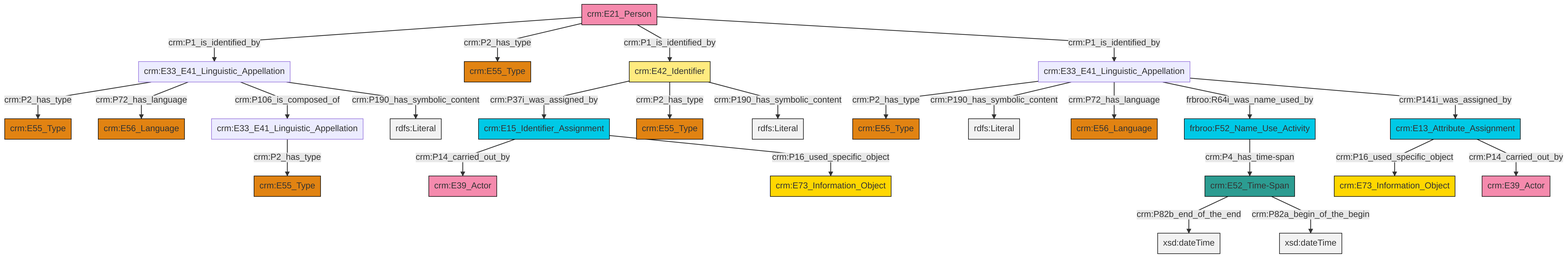
swiss-art-research-net/reference-data-models keeps this Mermaid diagram as et/personCSV/ttl/mmd/png/Person_Names_and_Classification.png. Above is the earlier version. Its source is kept beside it as et/personCSV/ttl/mmd/Person_Names_and_Classification.ttl.mmd.
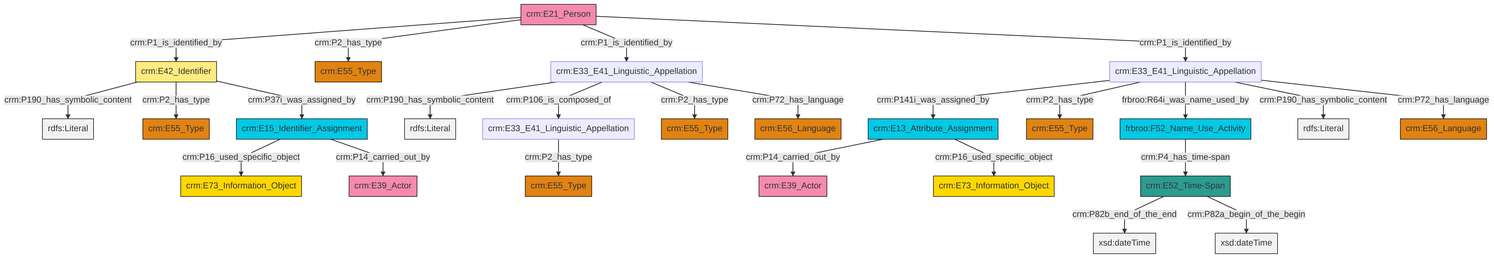
Later version of the same file.

What changed in the source:
```diff
@@ -13,27 +13,27 @@
 classDef PC_Classes fill:#4ce600, stroke:#000000;
 classDef Multi fill:#cccccc,stroke:#000000;
 
-0["crm:E52_Time-Span"]:::Time-Span -->|crm:P82b_end_of_the_end| 1[xsd:dateTime]:::Literal
-2["crm:E21_Person"]:::Actor -->|crm:P1_is_identified_by| 3["crm:E33_E41_Linguistic_Appellation"]:::Default
-8["crm:E33_E41_Linguistic_Appellation"]:::Default -->|crm:P2_has_type| 9["crm:E55_Type"]:::Type
-2["crm:E21_Person"]:::Actor -->|crm:P2_has_type| 11["crm:E55_Type"]:::Type
-15["crm:E15_Identifier_Assignment"]:::Temporal_Entity -->|crm:P14_carried_out_by| 12["crm:E39_Actor"]:::Actor
-6["crm:E33_E41_Linguistic_Appellation"]:::Default -->|crm:P2_has_type| 18["crm:E55_Type"]:::Type
-15["crm:E15_Identifier_Assignment"]:::Temporal_Entity -->|crm:P16_used_specific_object| 20["crm:E73_Information_Object"]:::Conceptual_Object
-8["crm:E33_E41_Linguistic_Appellation"]:::Default -->|crm:P190_has_symbolic_content| 21[rdfs:Literal]:::Literal
-8["crm:E33_E41_Linguistic_Appellation"]:::Default -->|crm:P72_has_language| 22["crm:E56_Language"]:::Type
-16["crm:E42_Identifier"]:::Appellation -->|crm:P37i_was_assigned_by| 15["crm:E15_Identifier_Assignment"]:::Temporal_Entity
-3["crm:E33_E41_Linguistic_Appellation"]:::Default -->|crm:P2_has_type| 23["crm:E55_Type"]:::Type
-2["crm:E21_Person"]:::Actor -->|crm:P1_is_identified_by| 16["crm:E42_Identifier"]:::Appellation
-3["crm:E33_E41_Linguistic_Appellation"]:::Default -->|crm:P72_has_language| 27["crm:E56_Language"]:::Type
-3["crm:E33_E41_Linguistic_Appellation"]:::Default -->|crm:P106_is_composed_of| 6["crm:E33_E41_Linguistic_Appellation"]:::Default
-29["crm:E13_Attribute_Assignment"]:::Temporal_Entity -->|crm:P16_used_specific_object| 30["crm:E73_Information_Object"]:::Conceptual_Object
-2["crm:E21_Person"]:::Actor -->|crm:P1_is_identified_by| 8["crm:E33_E41_Linguistic_Appellation"]:::Default
-8["crm:E33_E41_Linguistic_Appellation"]:::Default -->|frbroo:R64i_was_name_used_by| 36["frbroo:F52_Name_Use_Activity"]:::Temporal_Entity
-36["frbroo:F52_Name_Use_Activity"]:::Temporal_Entity -->|crm:P4_has_time-span| 0["crm:E52_Time-Span"]:::Time-Span
-16["crm:E42_Identifier"]:::Appellation -->|crm:P2_has_type| 4["crm:E55_Type"]:::Type
-3["crm:E33_E41_Linguistic_Appellation"]:::Default -->|crm:P190_has_symbolic_content| 40[rdfs:Literal]:::Literal
-29["crm:E13_Attribute_Assignment"]:::Temporal_Entity -->|crm:P14_carried_out_by| 41["crm:E39_Actor"]:::Actor
-0["crm:E52_Time-Span"]:::Time-Span -->|crm:P82a_begin_of_the_begin| 42[xsd:dateTime]:::Literal
-8["crm:E33_E41_Linguistic_Appellation"]:::Default -->|crm:P141i_was_assigned_by| 29["crm:E13_Attribute_Assignment"]:::Temporal_Entity
-16["crm:E42_Identifier"]:::Appellation -->|crm:P190_has_symbolic_content| 45[rdfs:Literal]:::Literal
+2["frbroo:F52_Name_Use_Activity"]:::Temporal_Entity -->|crm:P4_has_time-span| 3["crm:E52_Time-Span"]:::Time-Span
+6["crm:E33_E41_Linguistic_Appellation"]:::Default -->|crm:P141i_was_assigned_by| 0["crm:E13_Attribute_Assignment"]:::Temporal_Entity
+3["crm:E52_Time-Span"]:::Time-Span -->|crm:P82b_end_of_the_end| 13[xsd:dateTime]:::Literal
+18["crm:E21_Person"]:::Actor -->|crm:P1_is_identified_by| 7["crm:E42_Identifier"]:::Appellation
+20["crm:E15_Identifier_Assignment"]:::Temporal_Entity -->|crm:P16_used_specific_object| 21["crm:E73_Information_Object"]:::Conceptual_Object
+18["crm:E21_Person"]:::Actor -->|crm:P2_has_type| 22["crm:E55_Type"]:::Type
+14["crm:E33_E41_Linguistic_Appellation"]:::Default -->|crm:P190_has_symbolic_content| 24[rdfs:Literal]:::Literal
+20["crm:E15_Identifier_Assignment"]:::Temporal_Entity -->|crm:P14_carried_out_by| 11["crm:E39_Actor"]:::Actor
+6["crm:E33_E41_Linguistic_Appellation"]:::Default -->|crm:P2_has_type| 30["crm:E55_Type"]:::Type
+14["crm:E33_E41_Linguistic_Appellation"]:::Default -->|crm:P106_is_composed_of| 31["crm:E33_E41_Linguistic_Appellation"]:::Default
+7["crm:E42_Identifier"]:::Appellation -->|crm:P190_has_symbolic_content| 34[rdfs:Literal]:::Literal
+18["crm:E21_Person"]:::Actor -->|crm:P1_is_identified_by| 14["crm:E33_E41_Linguistic_Appellation"]:::Default
+6["crm:E33_E41_Linguistic_Appellation"]:::Default -->|frbroo:R64i_was_name_used_by| 2["frbroo:F52_Name_Use_Activity"]:::Temporal_Entity
+0["crm:E13_Attribute_Assignment"]:::Temporal_Entity -->|crm:P14_carried_out_by| 36["crm:E39_Actor"]:::Actor
+7["crm:E42_Identifier"]:::Appellation -->|crm:P2_has_type| 25["crm:E55_Type"]:::Type
+7["crm:E42_Identifier"]:::Appellation -->|crm:P37i_was_assigned_by| 20["crm:E15_Identifier_Assignment"]:::Temporal_Entity
+0["crm:E13_Attribute_Assignment"]:::Temporal_Entity -->|crm:P16_used_specific_object| 27["crm:E73_Information_Object"]:::Conceptual_Object
+3["crm:E52_Time-Span"]:::Time-Span -->|crm:P82a_begin_of_the_begin| 39[xsd:dateTime]:::Literal
+14["crm:E33_E41_Linguistic_Appellation"]:::Default -->|crm:P2_has_type| 16["crm:E55_Type"]:::Type
+14["crm:E33_E41_Linguistic_Appellation"]:::Default -->|crm:P72_has_language| 9["crm:E56_Language"]:::Type
+18["crm:E21_Person"]:::Actor -->|crm:P1_is_identified_by| 6["crm:E33_E41_Linguistic_Appellation"]:::Default
+6["crm:E33_E41_Linguistic_Appellation"]:::Default -->|crm:P190_has_symbolic_content| 46[rdfs:Literal]:::Literal
+31["crm:E33_E41_Linguistic_Appellation"]:::Default -->|crm:P2_has_type| 44["crm:E55_Type"]:::Type
+6["crm:E33_E41_Linguistic_Appellation"]:::Default -->|crm:P72_has_language| 4["crm:E56_Language"]:::Type
```
